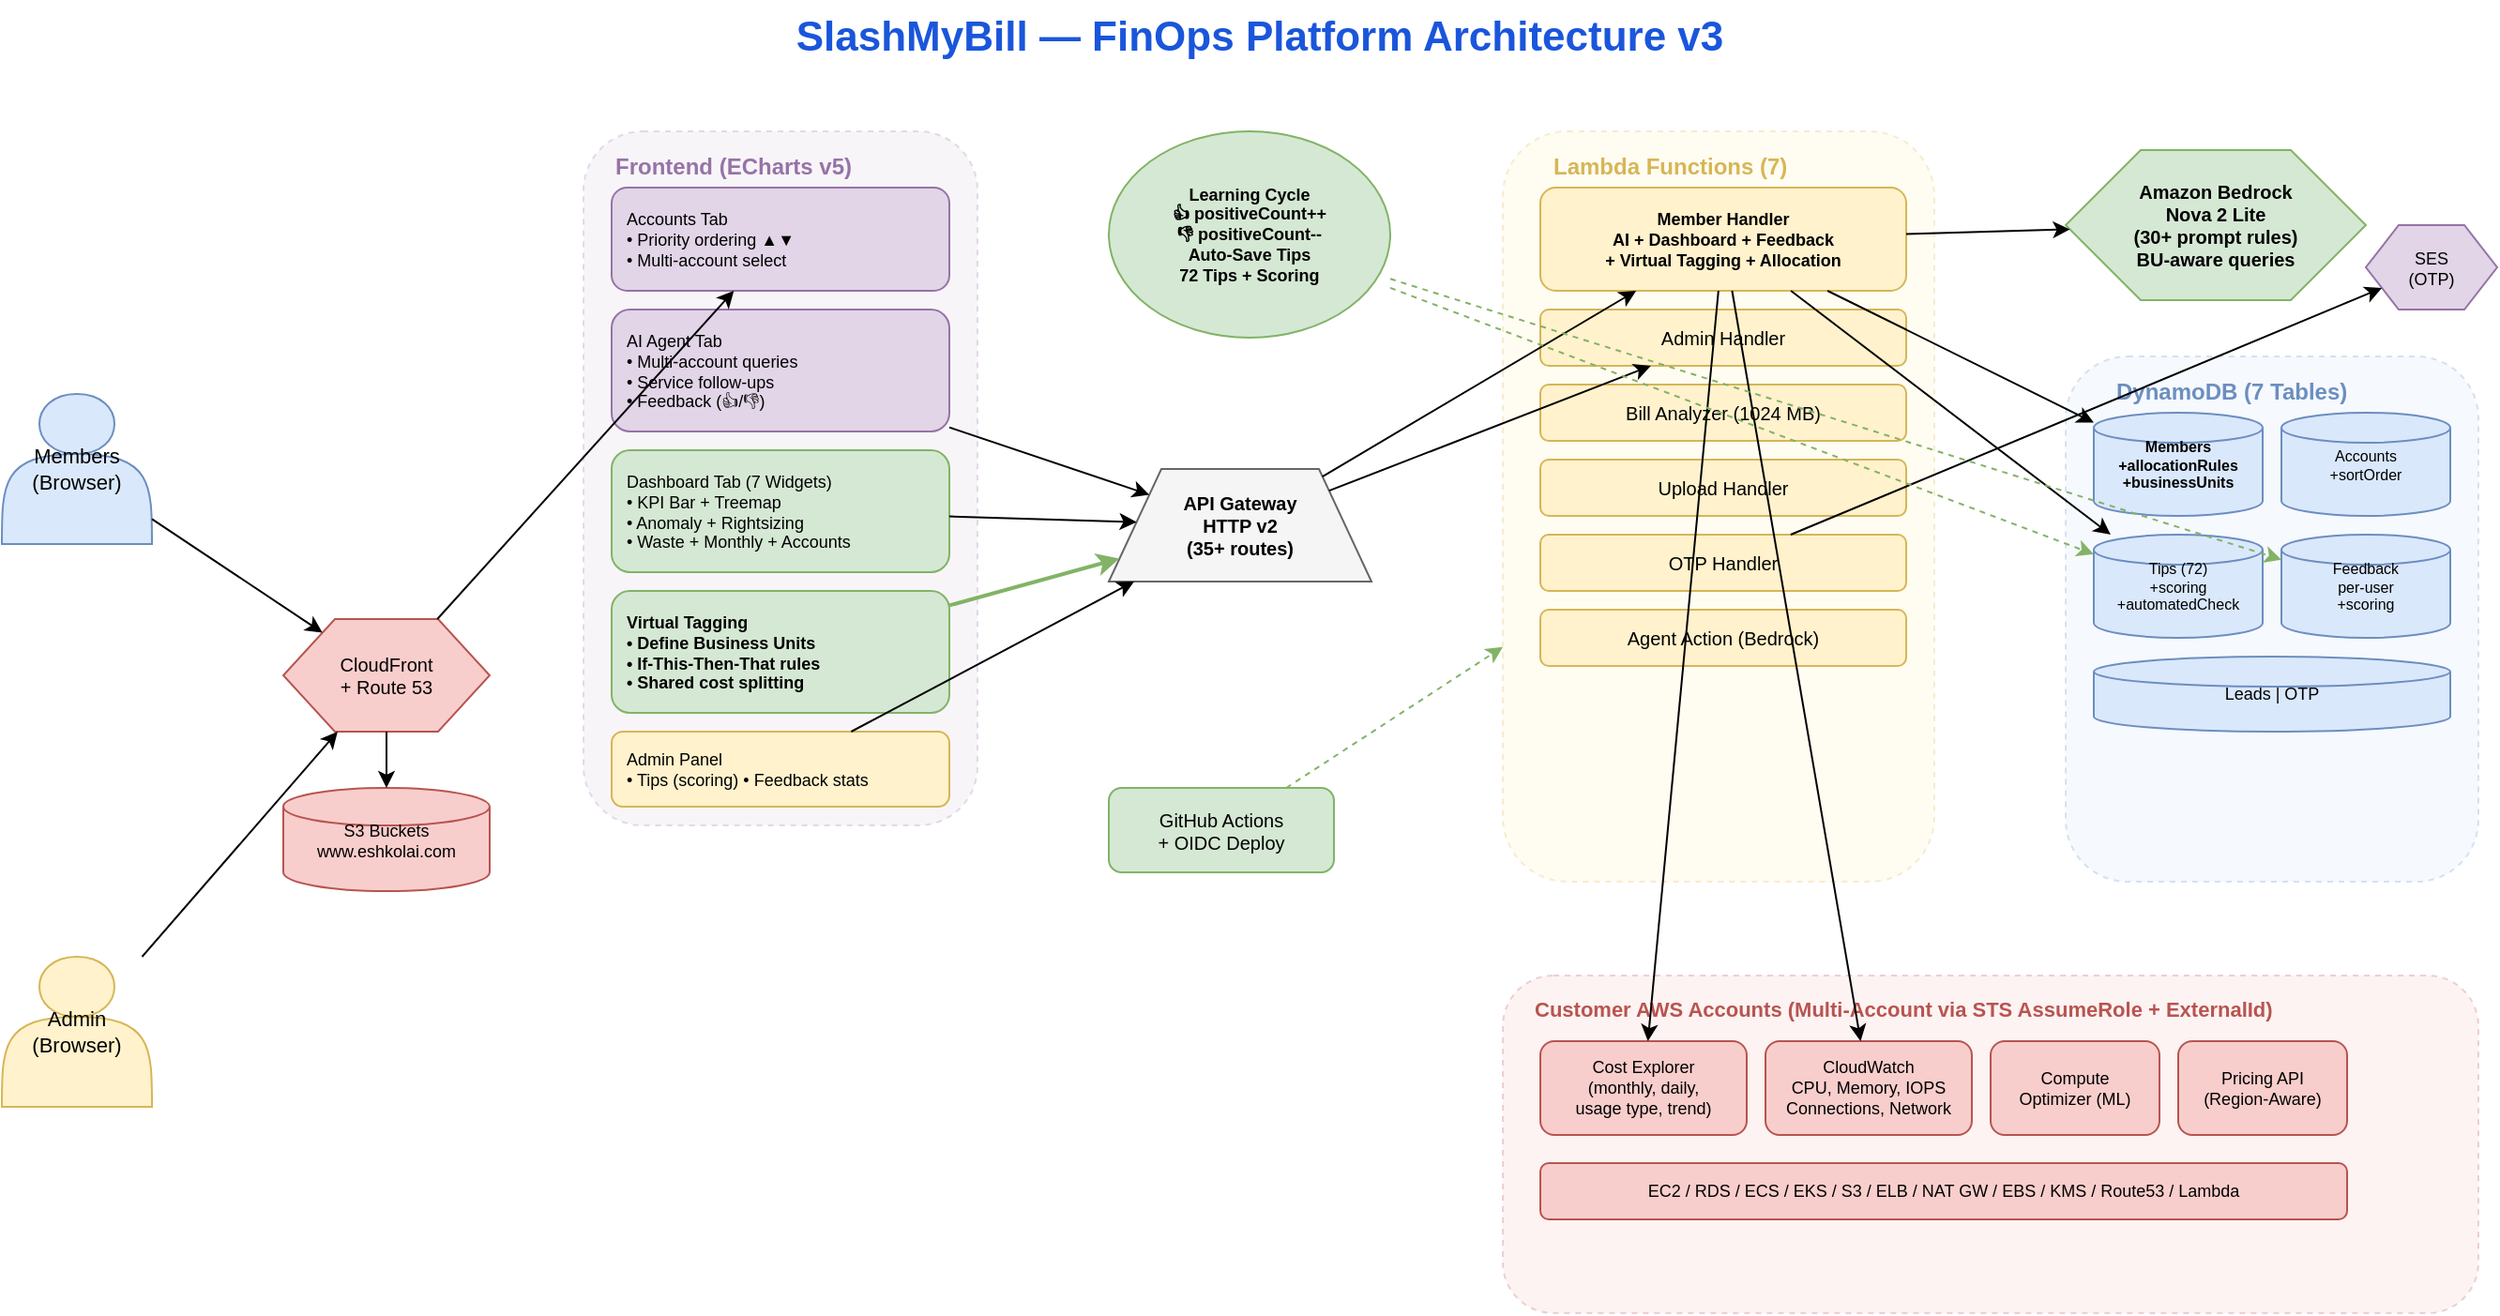
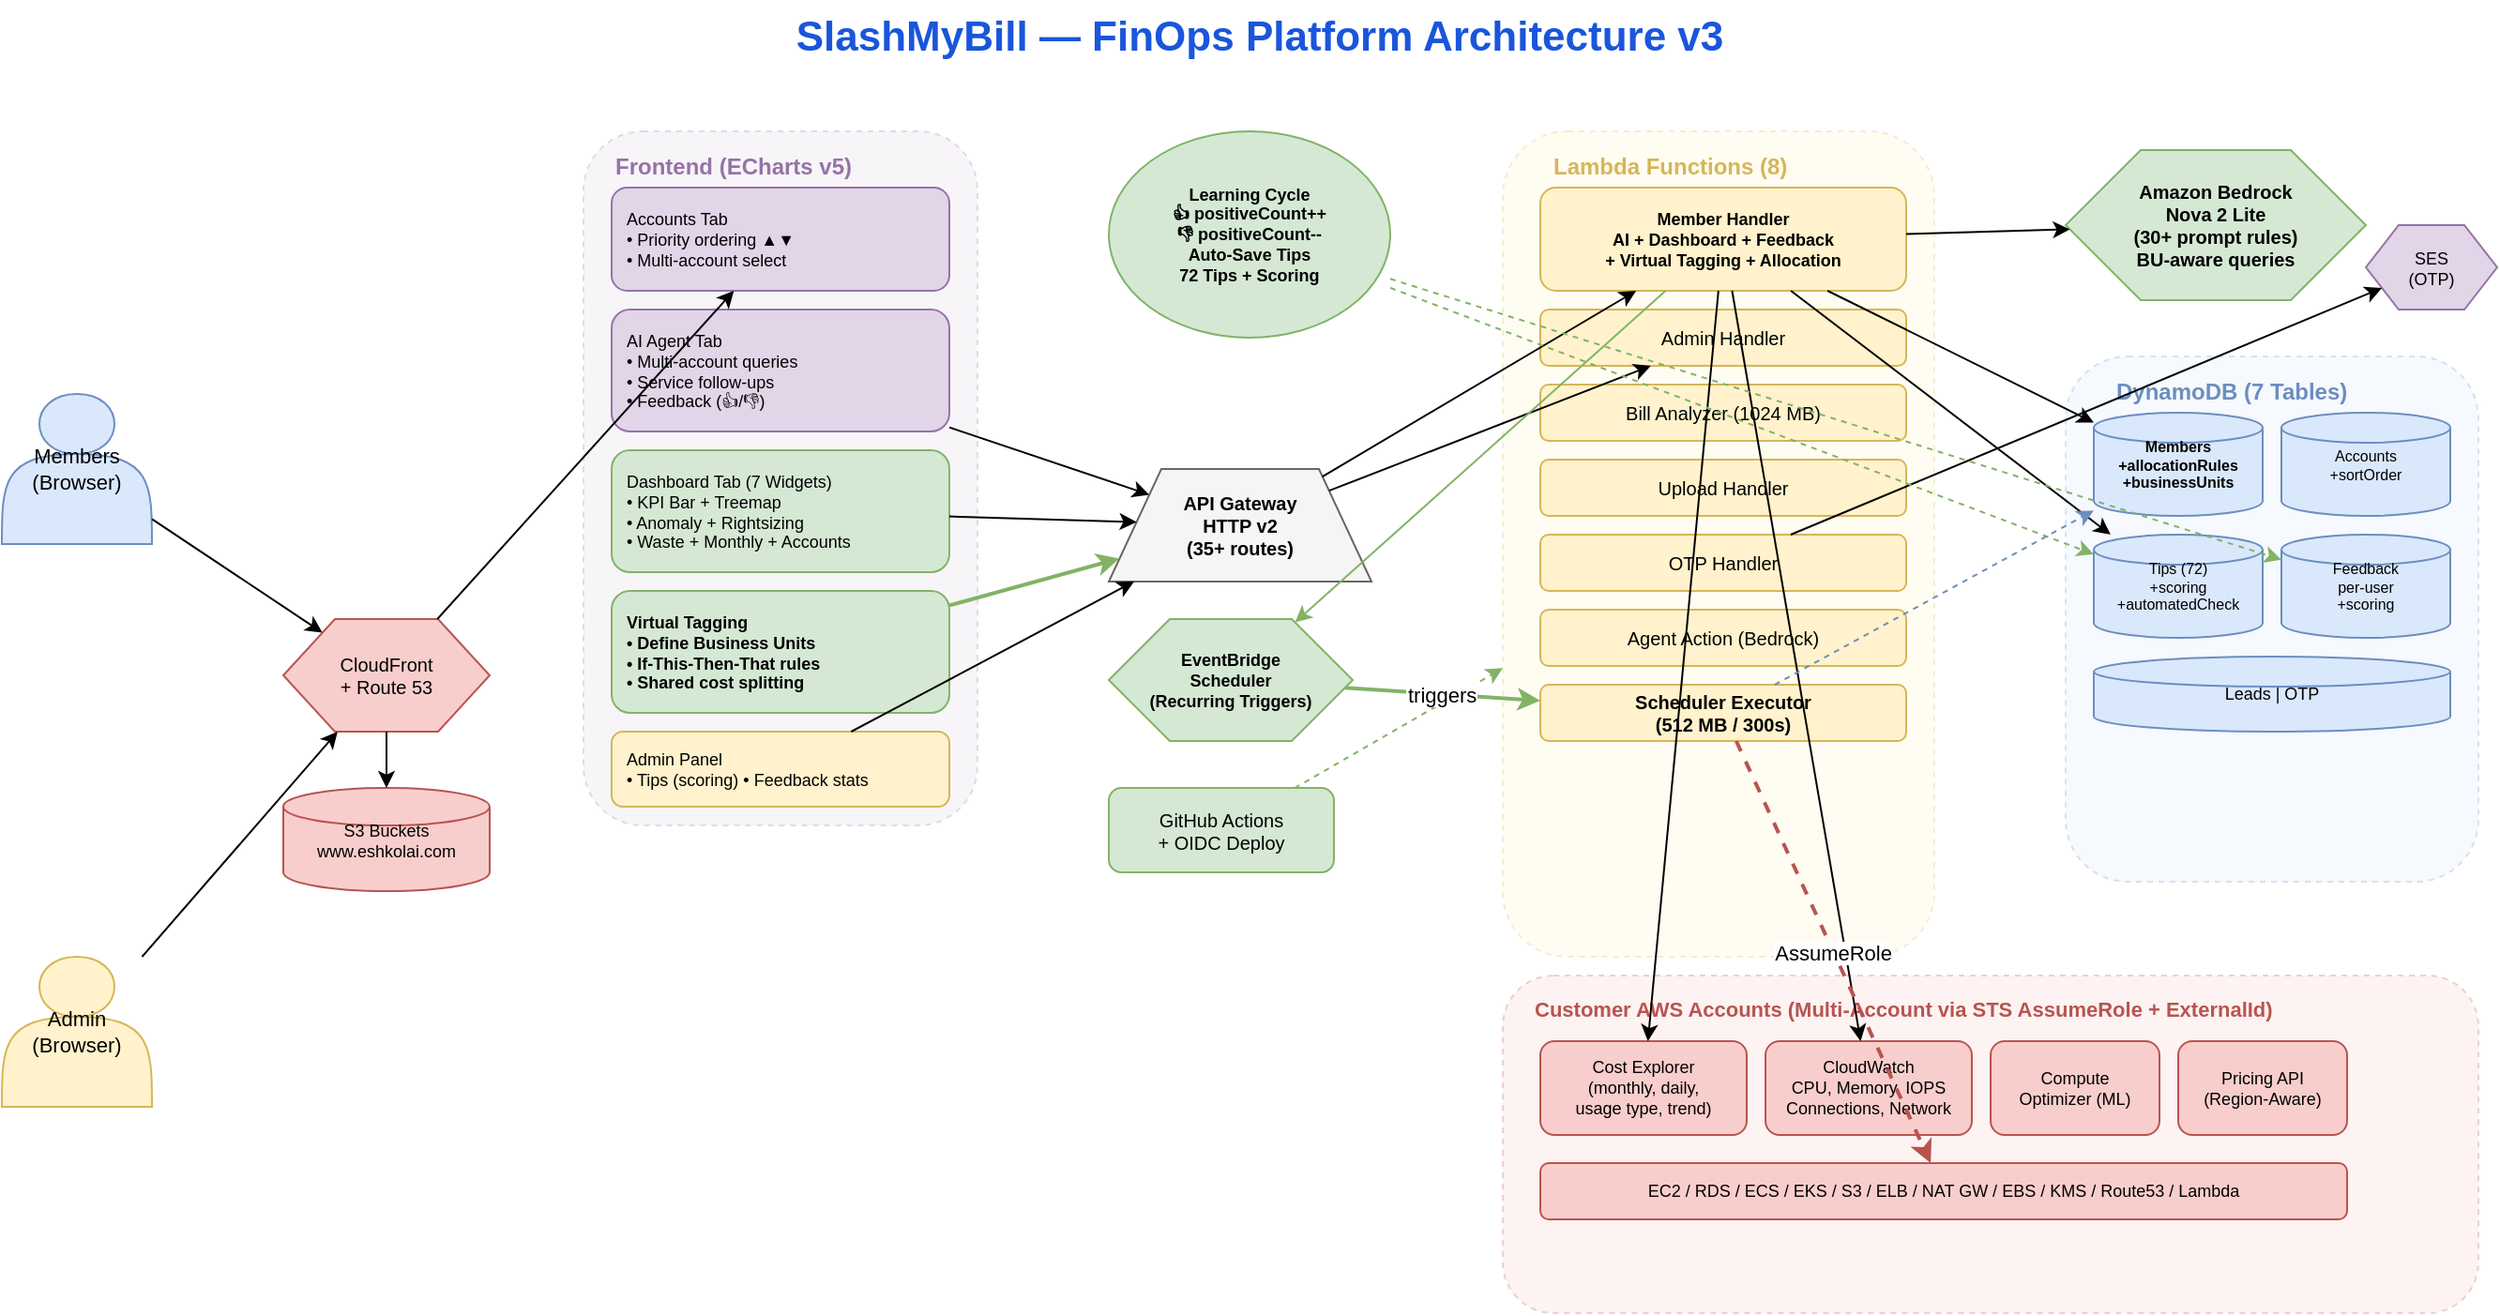
<?xml version="1.0" encoding="UTF-8"?>
<mxfile host="app.diagrams.net" modified="2026-04-08" agent="SlashMyBill" version="24.0">
  <diagram id="slashmybill-v3" name="SlashMyBill Architecture v3">
    <mxGraphModel dx="1500" dy="900" grid="1" gridSize="10" guides="1" tooltips="1" connect="1" arrows="1" fold="1" page="1" pageScale="1" pageWidth="1700" pageHeight="1300" math="0" shadow="0">
      <root>
        <mxCell id="0"/>
        <mxCell id="1" parent="0"/>
        <mxCell id="title" value="SlashMyBill — FinOps Platform Architecture v3" style="text;html=1;fontSize=22;fontStyle=1;align=center;fillColor=none;strokeColor=none;fontColor=#1a56db;" vertex="1" parent="1">
          <mxGeometry x="350" y="10" width="700" height="40" as="geometry"/>
        </mxCell>

        <!-- Users -->
        <mxCell id="user" value="Members&#xa;(Browser)" style="shape=actor;whiteSpace=wrap;html=1;fillColor=#dae8fc;strokeColor=#6c8ebf;fontSize=11;" vertex="1" parent="1">
          <mxGeometry x="30" y="220" width="80" height="80" as="geometry"/>
        </mxCell>
        <mxCell id="admin" value="Admin&#xa;(Browser)" style="shape=actor;whiteSpace=wrap;html=1;fillColor=#fff2cc;strokeColor=#d6b656;fontSize=11;" vertex="1" parent="1">
          <mxGeometry x="30" y="520" width="80" height="80" as="geometry"/>
        </mxCell>

        <!-- CloudFront -->
        <mxCell id="cf" value="CloudFront&#xa;+ Route 53" style="shape=hexagon;perimeter=hexagonPerimeter2;whiteSpace=wrap;html=1;fillColor=#f8cecc;strokeColor=#b85450;fontSize=10;" vertex="1" parent="1">
          <mxGeometry x="180" y="340" width="110" height="60" as="geometry"/>
        </mxCell>
        <mxCell id="s3web" value="S3 Buckets&#xa;www.eshkolai.com" style="shape=cylinder3;whiteSpace=wrap;html=1;fillColor=#f8cecc;strokeColor=#b85450;fontSize=9;size=10;" vertex="1" parent="1">
          <mxGeometry x="180" y="430" width="110" height="55" as="geometry"/>
        </mxCell>

        <!-- Frontend -->
        <mxCell id="fe_box" value="" style="rounded=1;whiteSpace=wrap;html=1;fillColor=#e1d5e7;strokeColor=#9673a6;dashed=1;opacity=25;" vertex="1" parent="1">
          <mxGeometry x="340" y="80" width="210" height="370" as="geometry"/>
        </mxCell>
        <mxCell id="fe_lbl" value="Frontend (ECharts v5)" style="text;html=1;fontSize=12;fontStyle=1;fillColor=none;strokeColor=none;fontColor=#9673a6;" vertex="1" parent="1">
          <mxGeometry x="355" y="85" width="180" height="20" as="geometry"/>
        </mxCell>
        <mxCell id="fe_acct" value="Accounts Tab&#xa;• Priority ordering ▲▼&#xa;• Multi-account select" style="rounded=1;whiteSpace=wrap;html=1;fillColor=#e1d5e7;strokeColor=#9673a6;fontSize=9;align=left;spacingLeft=6;" vertex="1" parent="1">
          <mxGeometry x="355" y="110" width="180" height="55" as="geometry"/>
        </mxCell>
        <mxCell id="fe_ai" value="AI Agent Tab&#xa;• Multi-account queries&#xa;• Service follow-ups&#xa;• Feedback (👍/👎)" style="rounded=1;whiteSpace=wrap;html=1;fillColor=#e1d5e7;strokeColor=#9673a6;fontSize=9;align=left;spacingLeft=6;" vertex="1" parent="1">
          <mxGeometry x="355" y="175" width="180" height="65" as="geometry"/>
        </mxCell>
        <mxCell id="fe_dash" value="Dashboard Tab (7 Widgets)&#xa;• KPI Bar + Treemap&#xa;• Anomaly + Rightsizing&#xa;• Waste + Monthly + Accounts" style="rounded=1;whiteSpace=wrap;html=1;fillColor=#d5e8d4;strokeColor=#82b366;fontSize=9;align=left;spacingLeft=6;" vertex="1" parent="1">
          <mxGeometry x="355" y="250" width="180" height="65" as="geometry"/>
        </mxCell>
        <mxCell id="fe_vtag" value="Virtual Tagging&#xa;• Define Business Units&#xa;• If-This-Then-That rules&#xa;• Shared cost splitting" style="rounded=1;whiteSpace=wrap;html=1;fillColor=#d5e8d4;strokeColor=#82b366;fontSize=9;align=left;spacingLeft=6;fontStyle=1;" vertex="1" parent="1">
          <mxGeometry x="355" y="325" width="180" height="65" as="geometry"/>
        </mxCell>
        <mxCell id="fe_admin" value="Admin Panel&#xa;• Tips (scoring) • Feedback stats" style="rounded=1;whiteSpace=wrap;html=1;fillColor=#fff2cc;strokeColor=#d6b656;fontSize=9;align=left;spacingLeft=6;" vertex="1" parent="1">
          <mxGeometry x="355" y="400" width="180" height="40" as="geometry"/>
        </mxCell>

        <!-- API Gateway -->
        <mxCell id="apigw" value="API Gateway&#xa;HTTP v2&#xa;(35+ routes)" style="shape=trapezoid;perimeter=trapezoidPerimeter;whiteSpace=wrap;html=1;fillColor=#f5f5f5;strokeColor=#666666;fontSize=10;fontStyle=1;" vertex="1" parent="1">
          <mxGeometry x="620" y="260" width="140" height="60" as="geometry"/>
        </mxCell>

        <!-- Lambda -->
        <mxCell id="lam_box" value="" style="rounded=1;whiteSpace=wrap;html=1;fillColor=#fff2cc;strokeColor=#d6b656;dashed=1;opacity=25;" vertex="1" parent="1">
-           <mxGeometry x="830" y="80" width="230" height="400" as="geometry"/>
+           <mxGeometry x="830" y="80" width="230" height="440" as="geometry"/>
        </mxCell>
-         <mxCell id="lam_lbl" value="Lambda Functions (7)" style="text;html=1;fontSize=12;fontStyle=1;fillColor=none;strokeColor=none;fontColor=#d6b656;" vertex="1" parent="1">
+         <mxCell id="lam_lbl" value="Lambda Functions (8)" style="text;html=1;fontSize=12;fontStyle=1;fillColor=none;strokeColor=none;fontColor=#d6b656;" vertex="1" parent="1">
          <mxGeometry x="855" y="85" width="180" height="20" as="geometry"/>
        </mxCell>
        <mxCell id="lam_mem" value="Member Handler&#xa;AI + Dashboard + Feedback&#xa;+ Virtual Tagging + Allocation" style="rounded=1;whiteSpace=wrap;html=1;fillColor=#fff2cc;strokeColor=#d6b656;fontSize=9;fontStyle=1;" vertex="1" parent="1">
          <mxGeometry x="850" y="110" width="195" height="55" as="geometry"/>
        </mxCell>
        <mxCell id="lam_adm" value="Admin Handler" style="rounded=1;whiteSpace=wrap;html=1;fillColor=#fff2cc;strokeColor=#d6b656;fontSize=10;" vertex="1" parent="1">
          <mxGeometry x="850" y="175" width="195" height="30" as="geometry"/>
        </mxCell>
        <mxCell id="lam_bill" value="Bill Analyzer (1024 MB)" style="rounded=1;whiteSpace=wrap;html=1;fillColor=#fff2cc;strokeColor=#d6b656;fontSize=10;" vertex="1" parent="1">
          <mxGeometry x="850" y="215" width="195" height="30" as="geometry"/>
        </mxCell>
        <mxCell id="lam_upl" value="Upload Handler" style="rounded=1;whiteSpace=wrap;html=1;fillColor=#fff2cc;strokeColor=#d6b656;fontSize=10;" vertex="1" parent="1">
          <mxGeometry x="850" y="255" width="195" height="30" as="geometry"/>
        </mxCell>
        <mxCell id="lam_otp" value="OTP Handler" style="rounded=1;whiteSpace=wrap;html=1;fillColor=#fff2cc;strokeColor=#d6b656;fontSize=10;" vertex="1" parent="1">
          <mxGeometry x="850" y="295" width="195" height="30" as="geometry"/>
        </mxCell>
        <mxCell id="lam_agt" value="Agent Action (Bedrock)" style="rounded=1;whiteSpace=wrap;html=1;fillColor=#fff2cc;strokeColor=#d6b656;fontSize=10;" vertex="1" parent="1">
          <mxGeometry x="850" y="335" width="195" height="30" as="geometry"/>
+         </mxCell>
+         <mxCell id="lam_sched" value="Scheduler Executor&#xa;(512 MB / 300s)" style="rounded=1;whiteSpace=wrap;html=1;fillColor=#fff2cc;strokeColor=#d6b656;fontSize=10;fontStyle=1;" vertex="1" parent="1">
+           <mxGeometry x="850" y="375" width="195" height="30" as="geometry"/>
        </mxCell>

        <!-- Bedrock -->
        <mxCell id="bedrock" value="Amazon Bedrock&#xa;Nova 2 Lite&#xa;(30+ prompt rules)&#xa;BU-aware queries" style="shape=hexagon;perimeter=hexagonPerimeter2;whiteSpace=wrap;html=1;fillColor=#d5e8d4;strokeColor=#82b366;fontSize=10;fontStyle=1;" vertex="1" parent="1">
          <mxGeometry x="1130" y="90" width="160" height="80" as="geometry"/>
        </mxCell>

        <!-- DynamoDB -->
        <mxCell id="ddb_box" value="" style="rounded=1;whiteSpace=wrap;html=1;fillColor=#dae8fc;strokeColor=#6c8ebf;dashed=1;opacity=25;" vertex="1" parent="1">
          <mxGeometry x="1130" y="200" width="220" height="280" as="geometry"/>
        </mxCell>
        <mxCell id="ddb_lbl" value="DynamoDB (7 Tables)" style="text;html=1;fontSize=12;fontStyle=1;fillColor=none;strokeColor=none;fontColor=#6c8ebf;" vertex="1" parent="1">
          <mxGeometry x="1155" y="205" width="170" height="20" as="geometry"/>
        </mxCell>
        <mxCell id="ddb_mem" value="Members&#xa;+allocationRules&#xa;+businessUnits" style="shape=cylinder3;whiteSpace=wrap;html=1;fillColor=#dae8fc;strokeColor=#6c8ebf;fontSize=8;size=8;fontStyle=1;" vertex="1" parent="1">
          <mxGeometry x="1145" y="230" width="90" height="55" as="geometry"/>
        </mxCell>
        <mxCell id="ddb_acc" value="Accounts&#xa;+sortOrder" style="shape=cylinder3;whiteSpace=wrap;html=1;fillColor=#dae8fc;strokeColor=#6c8ebf;fontSize=8;size=8;" vertex="1" parent="1">
          <mxGeometry x="1245" y="230" width="90" height="55" as="geometry"/>
        </mxCell>
        <mxCell id="ddb_tip" value="Tips (72)&#xa;+scoring&#xa;+automatedCheck" style="shape=cylinder3;whiteSpace=wrap;html=1;fillColor=#dae8fc;strokeColor=#6c8ebf;fontSize=8;size=8;" vertex="1" parent="1">
          <mxGeometry x="1145" y="295" width="90" height="55" as="geometry"/>
        </mxCell>
        <mxCell id="ddb_fb" value="Feedback&#xa;per-user&#xa;+scoring" style="shape=cylinder3;whiteSpace=wrap;html=1;fillColor=#dae8fc;strokeColor=#6c8ebf;fontSize=8;size=8;" vertex="1" parent="1">
          <mxGeometry x="1245" y="295" width="90" height="55" as="geometry"/>
        </mxCell>
        <mxCell id="ddb_oth" value="Leads | OTP" style="shape=cylinder3;whiteSpace=wrap;html=1;fillColor=#dae8fc;strokeColor=#6c8ebf;fontSize=9;size=8;" vertex="1" parent="1">
          <mxGeometry x="1145" y="360" width="190" height="40" as="geometry"/>
        </mxCell>

        <!-- Customer AWS -->
        <mxCell id="cust_box" value="" style="rounded=1;whiteSpace=wrap;html=1;fillColor=#f8cecc;strokeColor=#b85450;dashed=1;opacity=25;" vertex="1" parent="1">
          <mxGeometry x="830" y="530" width="520" height="180" as="geometry"/>
        </mxCell>
        <mxCell id="cust_lbl" value="Customer AWS Accounts (Multi-Account via STS AssumeRole + ExternalId)" style="text;html=1;fontSize=11;fontStyle=1;fillColor=none;strokeColor=none;fontColor=#b85450;" vertex="1" parent="1">
          <mxGeometry x="845" y="535" width="490" height="20" as="geometry"/>
        </mxCell>
        <mxCell id="cust_ce" value="Cost Explorer&#xa;(monthly, daily,&#xa;usage type, trend)" style="rounded=1;whiteSpace=wrap;html=1;fillColor=#f8cecc;strokeColor=#b85450;fontSize=9;" vertex="1" parent="1">
          <mxGeometry x="850" y="565" width="110" height="50" as="geometry"/>
        </mxCell>
        <mxCell id="cust_cw" value="CloudWatch&#xa;CPU, Memory, IOPS&#xa;Connections, Network" style="rounded=1;whiteSpace=wrap;html=1;fillColor=#f8cecc;strokeColor=#b85450;fontSize=9;" vertex="1" parent="1">
          <mxGeometry x="970" y="565" width="110" height="50" as="geometry"/>
        </mxCell>
        <mxCell id="cust_co" value="Compute&#xa;Optimizer (ML)" style="rounded=1;whiteSpace=wrap;html=1;fillColor=#f8cecc;strokeColor=#b85450;fontSize=9;" vertex="1" parent="1">
          <mxGeometry x="1090" y="565" width="90" height="50" as="geometry"/>
        </mxCell>
        <mxCell id="cust_pr" value="Pricing API&#xa;(Region-Aware)" style="rounded=1;whiteSpace=wrap;html=1;fillColor=#f8cecc;strokeColor=#b85450;fontSize=9;" vertex="1" parent="1">
          <mxGeometry x="1190" y="565" width="90" height="50" as="geometry"/>
        </mxCell>
        <mxCell id="cust_svc" value="EC2 / RDS / ECS / EKS / S3 / ELB / NAT GW / EBS / KMS / Route53 / Lambda" style="rounded=1;whiteSpace=wrap;html=1;fillColor=#f8cecc;strokeColor=#b85450;fontSize=9;" vertex="1" parent="1">
          <mxGeometry x="850" y="630" width="430" height="30" as="geometry"/>
        </mxCell>

        <!-- SES -->
        <mxCell id="ses" value="SES&#xa;(OTP)" style="shape=hexagon;perimeter=hexagonPerimeter2;whiteSpace=wrap;html=1;fillColor=#e1d5e7;strokeColor=#9673a6;fontSize=9;" vertex="1" parent="1">
          <mxGeometry x="1290" y="130" width="70" height="45" as="geometry"/>
        </mxCell>

        <!-- Learning Cycle -->
        <mxCell id="learn" value="Learning Cycle&#xa;👍 positiveCount++&#xa;👎 positiveCount--&#xa;Auto-Save Tips&#xa;72 Tips + Scoring" style="shape=ellipse;whiteSpace=wrap;html=1;fillColor=#d5e8d4;strokeColor=#82b366;fontSize=9;fontStyle=1;" vertex="1" parent="1">
          <mxGeometry x="620" y="80" width="150" height="110" as="geometry"/>
        </mxCell>

+         <!-- EventBridge Scheduler -->
+         <mxCell id="eb_sched" value="EventBridge&#xa;Scheduler&#xa;(Recurring Triggers)" style="shape=hexagon;perimeter=hexagonPerimeter2;whiteSpace=wrap;html=1;fillColor=#d5e8d4;strokeColor=#82b366;fontSize=9;fontStyle=1;" vertex="1" parent="1">
+           <mxGeometry x="620" y="340" width="130" height="65" as="geometry"/>
+         </mxCell>
+ 
        <!-- CI/CD -->
        <mxCell id="cicd" value="GitHub Actions&#xa;+ OIDC Deploy" style="rounded=1;whiteSpace=wrap;html=1;fillColor=#d5e8d4;strokeColor=#82b366;fontSize=10;" vertex="1" parent="1">
          <mxGeometry x="620" y="430" width="120" height="45" as="geometry"/>
        </mxCell>

        <!-- Arrows -->
        <mxCell id="e1" edge="1" source="user" target="cf" parent="1"><mxGeometry relative="1" as="geometry"/></mxCell>
        <mxCell id="e2" edge="1" source="admin" target="cf" parent="1"><mxGeometry relative="1" as="geometry"/></mxCell>
        <mxCell id="e3" edge="1" source="cf" target="s3web" parent="1"><mxGeometry relative="1" as="geometry"/></mxCell>
        <mxCell id="e4" edge="1" source="cf" target="fe_acct" parent="1"><mxGeometry relative="1" as="geometry"/></mxCell>
        <mxCell id="e5" edge="1" source="fe_ai" target="apigw" parent="1"><mxGeometry relative="1" as="geometry"/></mxCell>
        <mxCell id="e6" edge="1" source="fe_dash" target="apigw" parent="1"><mxGeometry relative="1" as="geometry"/></mxCell>
        <mxCell id="e7" edge="1" source="fe_vtag" target="apigw" parent="1" style="strokeColor=#82b366;strokeWidth=2;"><mxGeometry relative="1" as="geometry"/></mxCell>
        <mxCell id="e8" edge="1" source="fe_admin" target="apigw" parent="1"><mxGeometry relative="1" as="geometry"/></mxCell>
        <mxCell id="e9" edge="1" source="apigw" target="lam_mem" parent="1"><mxGeometry relative="1" as="geometry"/></mxCell>
        <mxCell id="e10" edge="1" source="apigw" target="lam_adm" parent="1"><mxGeometry relative="1" as="geometry"/></mxCell>
        <mxCell id="e11" edge="1" source="lam_mem" target="bedrock" parent="1"><mxGeometry relative="1" as="geometry"/></mxCell>
        <mxCell id="e12" edge="1" source="lam_mem" target="ddb_mem" parent="1"><mxGeometry relative="1" as="geometry"/></mxCell>
        <mxCell id="e13" edge="1" source="lam_mem" target="ddb_tip" parent="1"><mxGeometry relative="1" as="geometry"/></mxCell>
        <mxCell id="e14" edge="1" source="lam_mem" target="cust_ce" parent="1"><mxGeometry relative="1" as="geometry"/></mxCell>
        <mxCell id="e15" edge="1" source="lam_mem" target="cust_cw" parent="1"><mxGeometry relative="1" as="geometry"/></mxCell>
        <mxCell id="e16" edge="1" source="lam_otp" target="ses" parent="1"><mxGeometry relative="1" as="geometry"/></mxCell>
        <mxCell id="e17" edge="1" source="learn" target="ddb_tip" parent="1" style="dashed=1;strokeColor=#82b366;"><mxGeometry relative="1" as="geometry"/></mxCell>
        <mxCell id="e18" edge="1" source="learn" target="ddb_fb" parent="1" style="dashed=1;strokeColor=#82b366;"><mxGeometry relative="1" as="geometry"/></mxCell>
        <mxCell id="e19" edge="1" source="cicd" target="lam_box" parent="1" style="dashed=1;strokeColor=#82b366;"><mxGeometry relative="1" as="geometry"/></mxCell>
+         <!-- Scheduler arrows -->
+         <mxCell id="e20" value="triggers" edge="1" source="eb_sched" target="lam_sched" parent="1" style="strokeColor=#82b366;strokeWidth=2;"><mxGeometry relative="1" as="geometry"/></mxCell>
+         <mxCell id="e21" value="AssumeRole" edge="1" source="lam_sched" target="cust_svc" parent="1" style="strokeColor=#b85450;strokeWidth=2;dashed=1;"><mxGeometry relative="1" as="geometry"/></mxCell>
+         <mxCell id="e22" edge="1" source="lam_sched" target="ddb_mem" parent="1" style="dashed=1;strokeColor=#6c8ebf;"><mxGeometry relative="1" as="geometry"/></mxCell>
+         <mxCell id="e23" edge="1" source="lam_mem" target="eb_sched" parent="1" style="strokeColor=#82b366;"><mxGeometry relative="1" as="geometry"/></mxCell>
      </root>
    </mxGraphModel>
  </diagram>
</mxfile>
